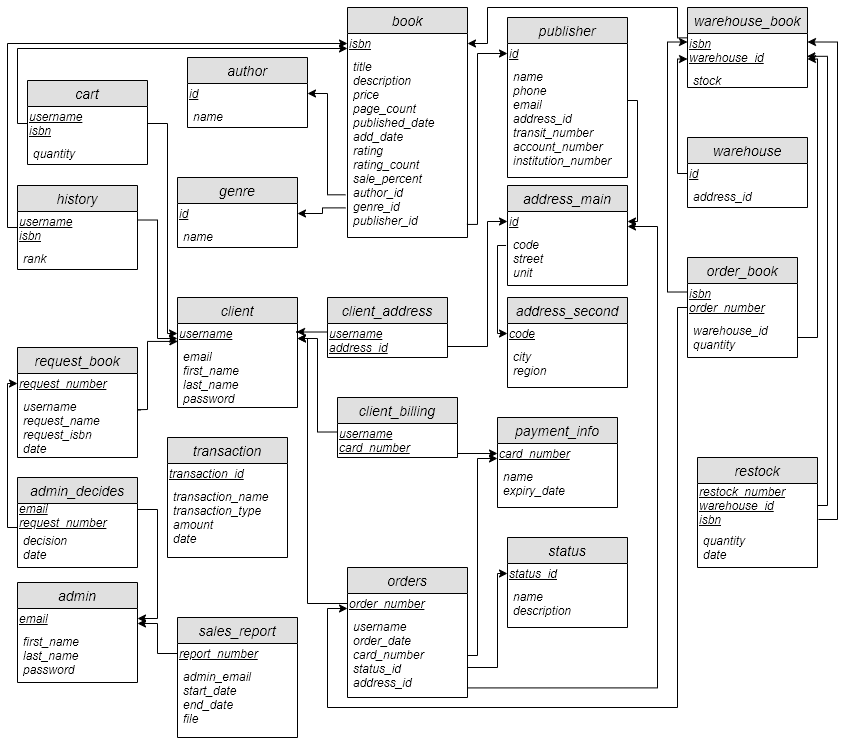
Above: documentation/schema.png in SharjeelAliBCS/Book-Sanctum (draw.io), before the change. Source tidied: cells renumbered, new cells last; positions are measured from the earlier drawing's top-left corner, leaving out a move shared by most shapes.
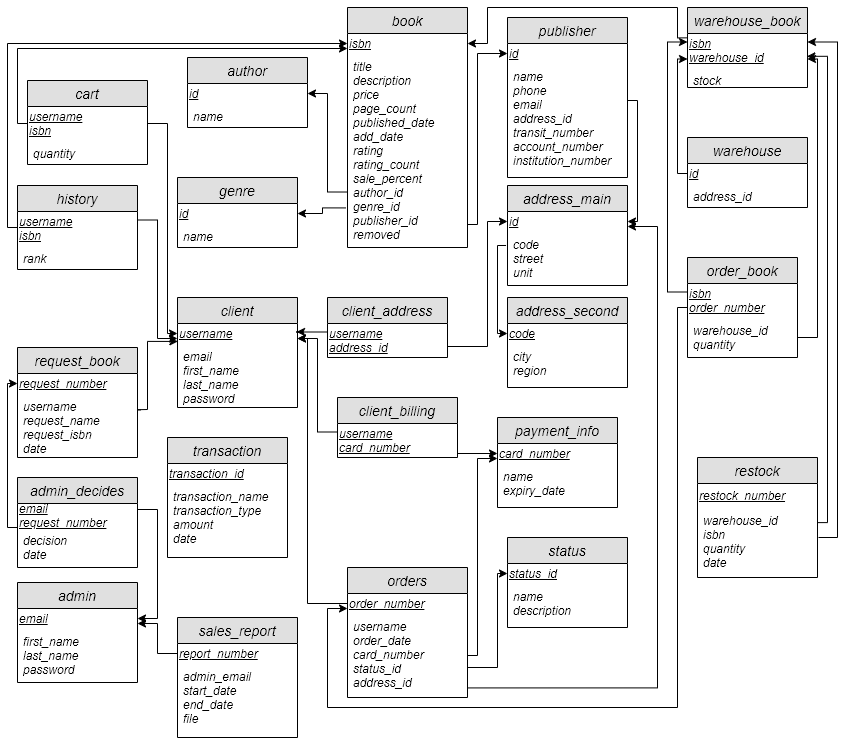
The same file after the commit.

Change to the diagram source:
```diff
@@ -104,13 +104,13 @@
       </mxGeometry>
     </mxCell>
     <mxCell id="30" value="book" style="swimlane;fontStyle=2;horizontal=1;startSize=26;fillColor=#e0e0e0;swimlaneFillColor=#ffffff;align=center;fontSize=14;" parent="1" vertex="1">
-      <mxGeometry x="340" width="120" height="230" as="geometry" />
+      <mxGeometry x="340" width="120" height="240" as="geometry" />
     </mxCell>
     <mxCell id="31" value="&lt;i&gt;&lt;u&gt;isbn&lt;/u&gt;&lt;/i&gt;" style="text;html=1;strokeColor=none;fillColor=none;align=left;verticalAlign=middle;whiteSpace=wrap;rounded=0;" parent="30" vertex="1">
       <mxGeometry y="26" width="120" height="20" as="geometry" />
     </mxCell>
-    <mxCell id="32" value="title&#10;description&#10;price&#10;page_count&#10;published_date&#10;add_date&#10;rating&#10;rating_count&#10;sale_percent&#10;author_id&#10;genre_id&#10;publisher_id" style="text;strokeColor=none;fillColor=none;spacingLeft=4;spacingRight=4;overflow=hidden;points=[[0,0.5],[1,0.5]];portConstraint=eastwest;fontSize=12;fontStyle=2;align=left;" parent="30" vertex="1">
-      <mxGeometry y="46" width="120" height="184" as="geometry" />
+    <mxCell id="32" value="title&#10;description&#10;price&#10;page_count&#10;published_date&#10;add_date&#10;rating&#10;rating_count&#10;sale_percent&#10;author_id&#10;genre_id&#10;publisher_id&#10;removed" style="text;strokeColor=none;fillColor=none;spacingLeft=4;spacingRight=4;overflow=hidden;points=[[0,0.5],[1,0.5]];portConstraint=eastwest;fontSize=12;fontStyle=2;align=left;" parent="30" vertex="1">
+      <mxGeometry y="46" width="120" height="194" as="geometry" />
     </mxCell>
     <mxCell id="33" value="publisher" style="swimlane;fontStyle=2;horizontal=1;startSize=26;fillColor=#e0e0e0;swimlaneFillColor=#ffffff;align=center;fontSize=14;" parent="1" vertex="1">
       <mxGeometry x="500" y="10" width="120" height="160" as="geometry" />
@@ -139,18 +139,19 @@
     <mxCell id="41" value="warehouse_id&#10;quantity" style="text;strokeColor=none;fillColor=none;spacingLeft=4;spacingRight=4;overflow=hidden;points=[[0,0.5],[1,0.5]];portConstraint=eastwest;fontSize=12;fontStyle=2;align=left;" parent="39" vertex="1">
       <mxGeometry y="60" width="110" height="40" as="geometry" />
     </mxCell>
-    <mxCell id="42" style="edgeStyle=orthogonalEdgeStyle;rounded=0;jettySize=auto;html=1;exitX=0.995;exitY=0.929;exitDx=0;exitDy=0;exitPerimeter=0;entryX=0;entryY=0.5;entryDx=0;entryDy=0;" parent="1" edge="1" source="32" target="34">
+    <mxCell id="42" style="edgeStyle=orthogonalEdgeStyle;rounded=0;jettySize=auto;html=1;entryX=0;entryY=0.5;entryDx=0;entryDy=0;" parent="1" edge="1" source="32" target="34">
       <mxGeometry relative="1" as="geometry">
         <Array as="points">
+          <mxPoint x="459" y="217" />
           <mxPoint x="470" y="217" />
           <mxPoint x="470" y="46" />
         </Array>
       </mxGeometry>
     </mxCell>
-    <mxCell id="43" style="edgeStyle=orthogonalEdgeStyle;rounded=0;jettySize=auto;html=1;entryX=1;entryY=0.5;entryDx=0;entryDy=0;exitX=-0.017;exitY=0.768;exitDx=0;exitDy=0;exitPerimeter=0;" parent="1" edge="1" source="32" target="13">
+    <mxCell id="43" style="edgeStyle=orthogonalEdgeStyle;rounded=0;jettySize=auto;html=1;entryX=1;entryY=0.5;entryDx=0;entryDy=0;exitX=0.004;exitY=0.714;exitDx=0;exitDy=0;exitPerimeter=0;" parent="1" edge="1" source="32" target="13">
       <mxGeometry relative="1" as="geometry" />
     </mxCell>
-    <mxCell id="44" style="edgeStyle=orthogonalEdgeStyle;rounded=0;jettySize=auto;html=1;entryX=1;entryY=0.5;entryDx=0;entryDy=0;exitX=-0.017;exitY=0.839;exitDx=0;exitDy=0;exitPerimeter=0;" parent="1" edge="1" source="32" target="3">
+    <mxCell id="44" style="edgeStyle=orthogonalEdgeStyle;rounded=0;jettySize=auto;html=1;entryX=1;entryY=0.5;entryDx=0;entryDy=0;exitX=-0.015;exitY=0.796;exitDx=0;exitDy=0;exitPerimeter=0;" parent="1" edge="1" source="32" target="3">
       <mxGeometry relative="1" as="geometry" />
     </mxCell>
     <mxCell id="45" style="edgeStyle=orthogonalEdgeStyle;rounded=0;jettySize=auto;html=1;entryX=1;entryY=0.5;entryDx=0;entryDy=0;" parent="1" edge="1" source="35" target="37">
@@ -215,13 +216,13 @@
       </mxGeometry>
     </mxCell>
     <mxCell id="54" value="restock" style="swimlane;fontStyle=2;horizontal=1;startSize=26;fillColor=#e0e0e0;swimlaneFillColor=#ffffff;align=center;fontSize=14;" parent="1" vertex="1">
-      <mxGeometry x="690" y="450" width="120" height="110" as="geometry" />
+      <mxGeometry x="690" y="450" width="120" height="120" as="geometry" />
     </mxCell>
-    <mxCell id="55" value="&lt;i&gt;&lt;u&gt;restock_number&lt;br&gt;&lt;/u&gt;&lt;/i&gt;&lt;i&gt;&lt;u&gt;warehouse_id&lt;/u&gt;&lt;/i&gt;&lt;i&gt;&lt;u&gt;&lt;br&gt;isbn&lt;br&gt;&lt;/u&gt;&lt;/i&gt;" style="text;html=1;strokeColor=none;fillColor=none;align=left;verticalAlign=middle;whiteSpace=wrap;rounded=0;" parent="54" vertex="1">
-      <mxGeometry y="26" width="120" height="44" as="geometry" />
+    <mxCell id="55" value="&lt;i&gt;&lt;u&gt;restock_number&lt;/u&gt;&lt;/i&gt;&lt;i&gt;&lt;u&gt;&lt;br&gt;&lt;/u&gt;&lt;/i&gt;" style="text;html=1;strokeColor=none;fillColor=none;align=left;verticalAlign=middle;whiteSpace=wrap;rounded=0;" parent="54" vertex="1">
+      <mxGeometry y="26" width="120" height="24" as="geometry" />
     </mxCell>
-    <mxCell id="56" value="quantity&#10;date" style="text;strokeColor=none;fillColor=none;spacingLeft=4;spacingRight=4;overflow=hidden;points=[[0,0.5],[1,0.5]];portConstraint=eastwest;fontSize=12;fontStyle=2;align=left;" parent="54" vertex="1">
-      <mxGeometry y="70" width="120" height="40" as="geometry" />
+    <mxCell id="56" value="warehouse_id&#10;isbn&#10;quantity&#10;date" style="text;strokeColor=none;fillColor=none;spacingLeft=4;spacingRight=4;overflow=hidden;points=[[0,0.5],[1,0.5]];portConstraint=eastwest;fontSize=12;fontStyle=2;align=left;" parent="54" vertex="1">
+      <mxGeometry y="50" width="120" height="70" as="geometry" />
     </mxCell>
     <mxCell id="57" style="edgeStyle=orthogonalEdgeStyle;rounded=0;jettySize=auto;html=1;entryX=0.003;entryY=0.897;entryDx=0;entryDy=0;entryPerimeter=0;exitX=1.027;exitY=0.257;exitDx=0;exitDy=0;exitPerimeter=0;" parent="1" edge="1" source="86" target="17">
       <mxGeometry relative="1" as="geometry">
@@ -290,18 +291,20 @@
         </Array>
       </mxGeometry>
     </mxCell>
-    <mxCell id="67" style="edgeStyle=orthogonalEdgeStyle;rounded=0;jettySize=auto;html=1;entryX=1;entryY=0.25;entryDx=0;entryDy=0;exitX=1.008;exitY=0.818;exitDx=0;exitDy=0;exitPerimeter=0;" parent="1" edge="1" source="55" target="22">
+    <mxCell id="67" style="edgeStyle=orthogonalEdgeStyle;rounded=0;jettySize=auto;html=1;entryX=1;entryY=0.25;entryDx=0;entryDy=0;" parent="1" edge="1" target="22">
       <mxGeometry relative="1" as="geometry">
+        <mxPoint x="811" y="530" as="sourcePoint" />
         <Array as="points">
-          <mxPoint x="830" y="512" />
+          <mxPoint x="811" y="530" />
+          <mxPoint x="830" y="530" />
           <mxPoint x="830" y="35" />
         </Array>
       </mxGeometry>
     </mxCell>
-    <mxCell id="68" style="edgeStyle=orthogonalEdgeStyle;rounded=0;jettySize=auto;html=1;entryX=0.995;entryY=0.671;entryDx=0;entryDy=0;entryPerimeter=0;" parent="1" edge="1" source="55" target="22">
+    <mxCell id="68" style="edgeStyle=orthogonalEdgeStyle;rounded=0;jettySize=auto;html=1;entryX=0.995;entryY=0.671;entryDx=0;entryDy=0;entryPerimeter=0;exitX=0.997;exitY=0.216;exitDx=0;exitDy=0;exitPerimeter=0;" parent="1" edge="1" source="56" target="22">
       <mxGeometry relative="1" as="geometry">
         <Array as="points">
-          <mxPoint x="820" y="498" />
+          <mxPoint x="820" y="515" />
           <mxPoint x="820" y="49" />
         </Array>
       </mxGeometry>
```
